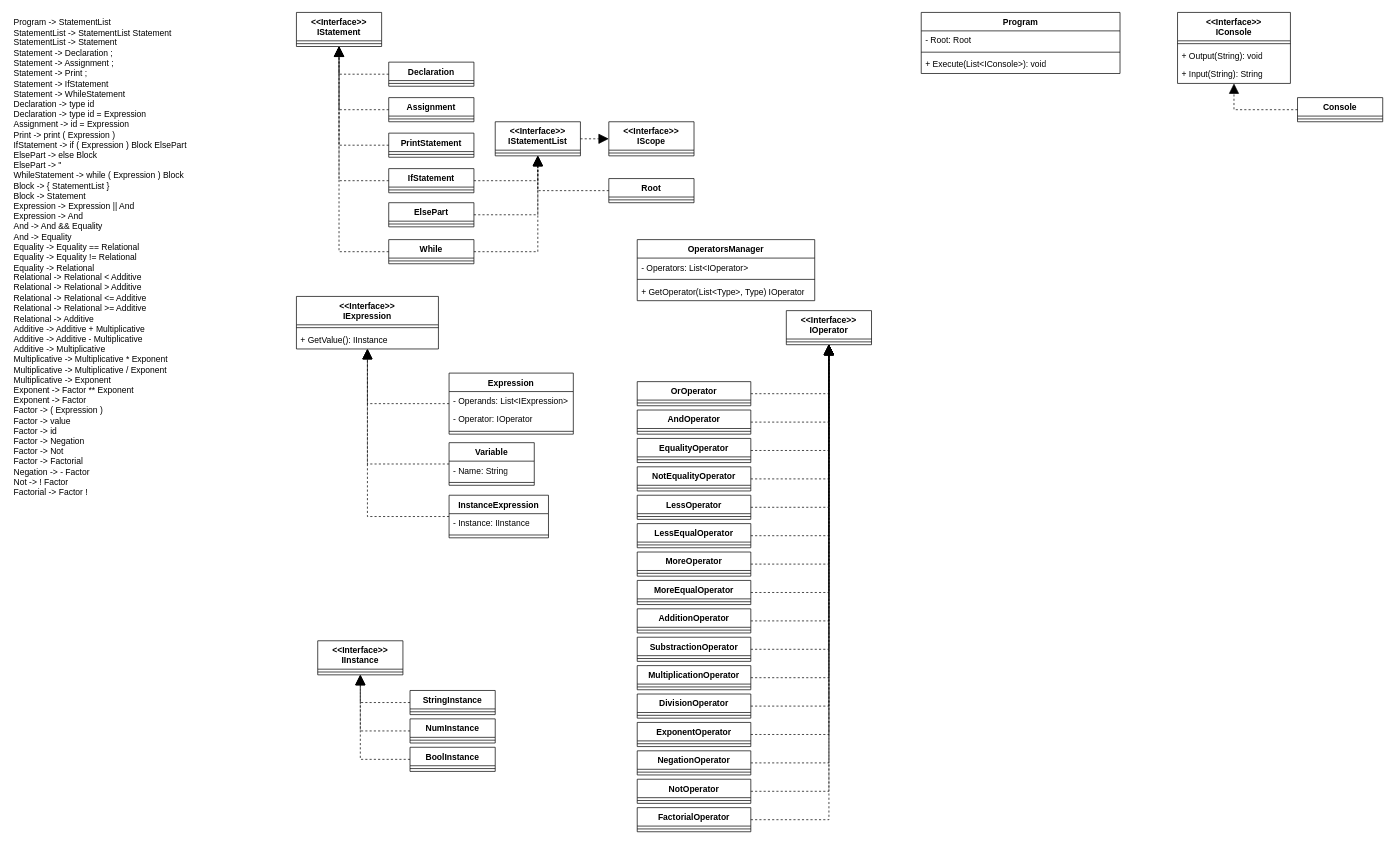
Above: SPL diagram.drawio in RomanKuschanow/MathFlow (draw.io), before the change. Source tidied: cells renumbered, new cells numbered last; positions are measured from the earlier drawing's top-left corner, leaving out a move shared by most shapes. Both pictures are drawn from the tidied source at 71%, with x=0, y=0 at pixel (12, 12).
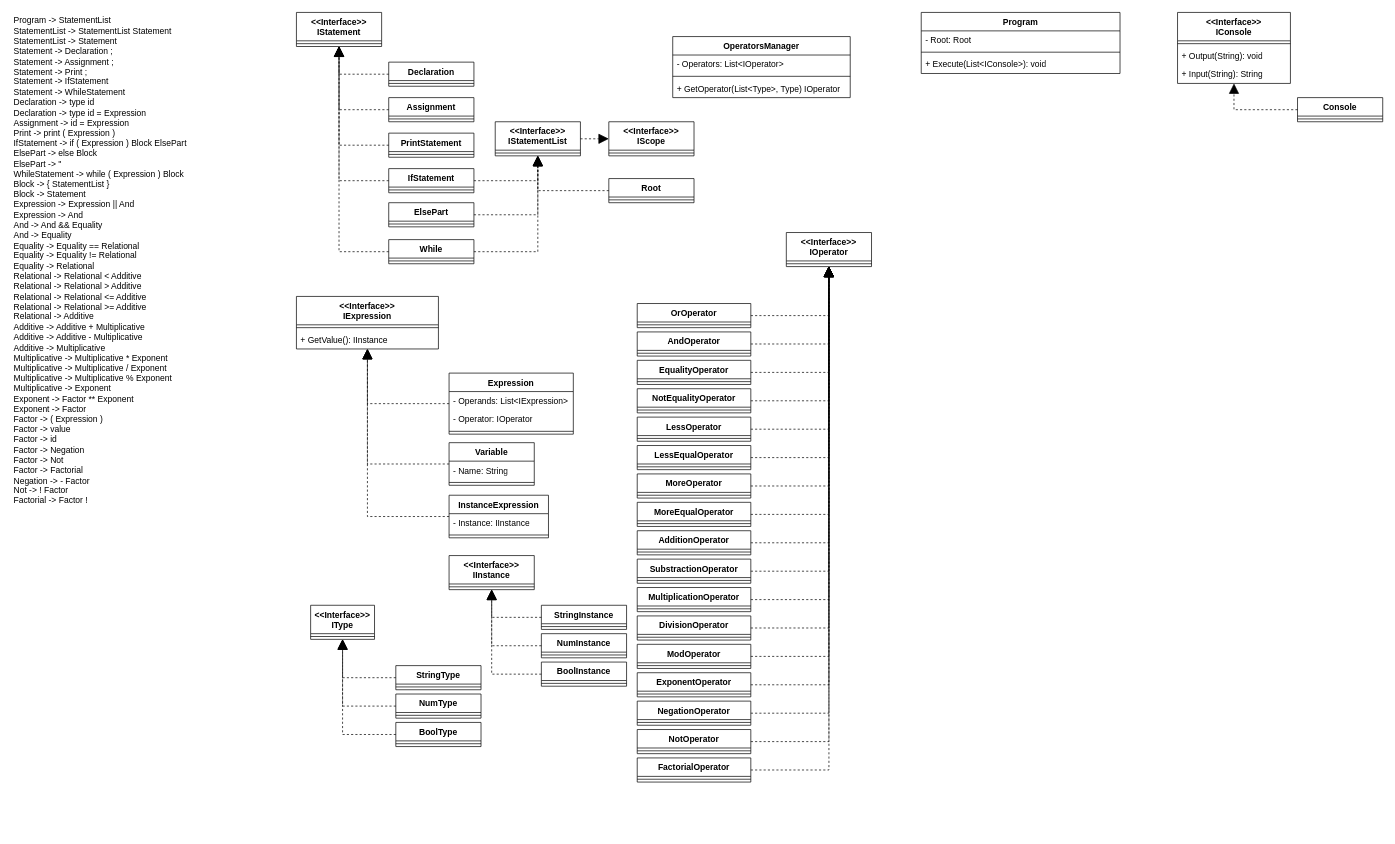
Above is the later version.

Change to the diagram source:
```diff
@@
-    <mxCell id="32" value="&lt;div&gt;Program -&amp;gt; StatementList&lt;/div&gt;&lt;div&gt;StatementList -&amp;gt; StatementList Statement&lt;/div&gt;&lt;div&gt;StatementList -&amp;gt; Statement&lt;/div&gt;&lt;div&gt;Statement -&amp;gt; Declaration ;&lt;/div&gt;&lt;div&gt;Statement -&amp;gt; Assignment ;&lt;/div&gt;&lt;div&gt;Statement -&amp;gt; Print ;&lt;/div&gt;&lt;div&gt;Statement -&amp;gt; IfStatement&lt;/div&gt;&lt;div&gt;Statement -&amp;gt; WhileStatement&lt;/div&gt;&lt;div&gt;Declaration -&amp;gt; type id&lt;/div&gt;&lt;div&gt;Declaration -&amp;gt; type id = Expression&lt;/div&gt;&lt;div&gt;Assignment -&amp;gt; id = Expression&lt;/div&gt;&lt;div&gt;Print -&amp;gt; print ( Expression )&lt;/div&gt;&lt;div&gt;IfStatement -&amp;gt; if ( Expression ) Block ElsePart&lt;/div&gt;&lt;div&gt;ElsePart -&amp;gt; else Block&lt;/div&gt;&lt;div&gt;ElsePart -&amp;gt; ''&lt;/div&gt;&lt;div&gt;WhileStatement -&amp;gt; while ( Expression ) Block&lt;/div&gt;&lt;div&gt;Block -&amp;gt; { StatementList }&lt;/div&gt;&lt;div&gt;Block -&amp;gt; Statement&lt;/div&gt;&lt;div&gt;Expression -&amp;gt; Expression || And&lt;/div&gt;&lt;div&gt;Expression -&amp;gt; And&lt;/div&gt;&lt;div&gt;And -&amp;gt; And &amp;amp;&amp;amp; Equality&lt;/div&gt;&lt;div&gt;And -&amp;gt; Equality&lt;/div&gt;&lt;div&gt;Equality -&amp;gt; Equality == Relational&lt;/div&gt;&lt;div&gt;Equality -&amp;gt; Equality != Relational&lt;/div&gt;&lt;div&gt;Equality -&amp;gt; Relational&lt;/div&gt;&lt;div&gt;Relational -&amp;gt; Relational &amp;lt; Additive&lt;/div&gt;&lt;div&gt;Relational -&amp;gt; Relational &amp;gt; Additive&lt;/div&gt;&lt;div&gt;Relational -&amp;gt; Relational &amp;lt;= Additive&lt;/div&gt;&lt;div&gt;Relational -&amp;gt; Relational &amp;gt;= Additive&lt;/div&gt;&lt;div&gt;Relational -&amp;gt; Additive&lt;/div&gt;&lt;div&gt;Additive -&amp;gt; Additive + Multiplicative&lt;/div&gt;&lt;div&gt;Additive -&amp;gt; Additive - Multiplicative&lt;/div&gt;&lt;div&gt;Additive -&amp;gt; Multiplicative&lt;/div&gt;&lt;div&gt;Multiplicative -&amp;gt; Multiplicative * Exponent&lt;/div&gt;&lt;div&gt;Multiplicative -&amp;gt; Multiplicative / Exponent&lt;/div&gt;&lt;div&gt;Multiplicative -&amp;gt; Exponent&lt;/div&gt;&lt;div&gt;Exponent -&amp;gt; Factor ** Exponent&lt;/div&gt;&lt;div&gt;Exponent -&amp;gt; Factor&lt;/div&gt;&lt;div&gt;Factor -&amp;gt; ( Expression )&lt;/div&gt;&lt;div&gt;Factor -&amp;gt; value&lt;/div&gt;&lt;div&gt;Factor -&amp;gt; id&lt;/div&gt;&lt;div&gt;Factor -&amp;gt; Negation&lt;/div&gt;&lt;div&gt;Factor -&amp;gt; Not&lt;/div&gt;&lt;div&gt;Factor -&amp;gt; Factorial&lt;/div&gt;&lt;div&gt;Negation -&amp;gt; - Factor&lt;/div&gt;&lt;div&gt;Not -&amp;gt; ! Factor&lt;/div&gt;&lt;div&gt;Factorial -&amp;gt; Factor !&lt;/div&gt;&lt;div&gt;&lt;/div&gt;" style="text;html=1;align=left;verticalAlign=middle;strokeColor=none;fillColor=none;" parent="1" vertex="1">
-      <mxGeometry width="270" height="690" as="geometry" />
+    <mxCell id="32" value="&lt;div&gt;Program -&amp;gt; StatementList&lt;/div&gt;&lt;div&gt;StatementList -&amp;gt; StatementList Statement&lt;/div&gt;&lt;div&gt;StatementList -&amp;gt; Statement&lt;/div&gt;&lt;div&gt;Statement -&amp;gt; Declaration ;&lt;/div&gt;&lt;div&gt;Statement -&amp;gt; Assignment ;&lt;/div&gt;&lt;div&gt;Statement -&amp;gt; Print ;&lt;/div&gt;&lt;div&gt;Statement -&amp;gt; IfStatement&lt;/div&gt;&lt;div&gt;Statement -&amp;gt; WhileStatement&lt;/div&gt;&lt;div&gt;Declaration -&amp;gt; type id&lt;/div&gt;&lt;div&gt;Declaration -&amp;gt; type id = Expression&lt;/div&gt;&lt;div&gt;Assignment -&amp;gt; id = Expression&lt;/div&gt;&lt;div&gt;Print -&amp;gt; print ( Expression )&lt;/div&gt;&lt;div&gt;IfStatement -&amp;gt; if ( Expression ) Block ElsePart&lt;/div&gt;&lt;div&gt;ElsePart -&amp;gt; else Block&lt;/div&gt;&lt;div&gt;ElsePart -&amp;gt; ''&lt;/div&gt;&lt;div&gt;WhileStatement -&amp;gt; while ( Expression ) Block&lt;/div&gt;&lt;div&gt;Block -&amp;gt; { StatementList }&lt;/div&gt;&lt;div&gt;Block -&amp;gt; Statement&lt;/div&gt;&lt;div&gt;Expression -&amp;gt; Expression || And&lt;/div&gt;&lt;div&gt;Expression -&amp;gt; And&lt;/div&gt;&lt;div&gt;And -&amp;gt; And &amp;amp;&amp;amp; Equality&lt;/div&gt;&lt;div&gt;And -&amp;gt; Equality&lt;/div&gt;&lt;div&gt;Equality -&amp;gt; Equality == Relational&lt;/div&gt;&lt;div&gt;Equality -&amp;gt; Equality != Relational&lt;/div&gt;&lt;div&gt;Equality -&amp;gt; Relational&lt;/div&gt;&lt;div&gt;Relational -&amp;gt; Relational &amp;lt; Additive&lt;/div&gt;&lt;div&gt;Relational -&amp;gt; Relational &amp;gt; Additive&lt;/div&gt;&lt;div&gt;Relational -&amp;gt; Relational &amp;lt;= Additive&lt;/div&gt;&lt;div&gt;Relational -&amp;gt; Relational &amp;gt;= Additive&lt;/div&gt;&lt;div&gt;Relational -&amp;gt; Additive&lt;/div&gt;&lt;div&gt;Additive -&amp;gt; Additive + Multiplicative&lt;/div&gt;&lt;div&gt;Additive -&amp;gt; Additive - Multiplicative&lt;/div&gt;&lt;div&gt;Additive -&amp;gt; Multiplicative&lt;/div&gt;&lt;div&gt;Multiplicative -&amp;gt; Multiplicative * Exponent&lt;/div&gt;&lt;div&gt;Multiplicative -&amp;gt; Multiplicative / Exponent&lt;/div&gt;&lt;div&gt;Multiplicative -&amp;gt; Multiplicative % Exponent&lt;br&gt;&lt;/div&gt;&lt;div&gt;Multiplicative -&amp;gt; Exponent&lt;/div&gt;&lt;div&gt;Exponent -&amp;gt; Factor ** Exponent&lt;/div&gt;&lt;div&gt;Exponent -&amp;gt; Factor&lt;/div&gt;&lt;div&gt;Factor -&amp;gt; ( Expression )&lt;/div&gt;&lt;div&gt;Factor -&amp;gt; value&lt;/div&gt;&lt;div&gt;Factor -&amp;gt; id&lt;/div&gt;&lt;div&gt;Factor -&amp;gt; Negation&lt;/div&gt;&lt;div&gt;Factor -&amp;gt; Not&lt;/div&gt;&lt;div&gt;Factor -&amp;gt; Factorial&lt;/div&gt;&lt;div&gt;Negation -&amp;gt; - Factor&lt;/div&gt;&lt;div&gt;Not -&amp;gt; ! Factor&lt;/div&gt;&lt;div&gt;Factorial -&amp;gt; Factor !&lt;/div&gt;&lt;div&gt;&lt;/div&gt;" style="text;html=1;align=left;verticalAlign=middle;strokeColor=none;fillColor=none;" parent="1" vertex="1">
+      <mxGeometry width="270" height="700" as="geometry" />
     </mxCell>
@@
     <mxCell id="36" value="&amp;lt;&amp;lt;Interface&amp;gt;&amp;gt;&lt;br&gt;IInstance" style="swimlane;fontStyle=1;align=center;verticalAlign=top;horizontal=1;startSize=40;whiteSpace=wrap;html=1;" parent="1" vertex="1">
-      <mxGeometry x="430" y="885" width="120" height="48" as="geometry" />
+      <mxGeometry x="615" y="765" width="120" height="48" as="geometry" />
     </mxCell>
@@
     <mxCell id="38" value="StringInstance" style="swimlane;fontStyle=1;align=center;verticalAlign=top;horizontal=1;startSize=26;whiteSpace=wrap;html=1;" parent="1" vertex="1">
-      <mxGeometry x="560" y="955" width="120" height="34" as="geometry" />
+      <mxGeometry x="745" y="835" width="120" height="34" as="geometry" />
     </mxCell>
@@
     <mxCell id="40" value="NumInstance" style="swimlane;fontStyle=1;align=center;verticalAlign=top;horizontal=1;startSize=26;whiteSpace=wrap;html=1;" parent="1" vertex="1">
-      <mxGeometry x="560" y="995" width="120" height="34" as="geometry" />
+      <mxGeometry x="745" y="875" width="120" height="34" as="geometry" />
     </mxCell>
@@
     <mxCell id="42" value="BoolInstance" style="swimlane;fontStyle=1;align=center;verticalAlign=top;horizontal=1;startSize=26;whiteSpace=wrap;html=1;" parent="1" vertex="1">
-      <mxGeometry x="560" y="1035" width="120" height="34" as="geometry" />
+      <mxGeometry x="745" y="915" width="120" height="34" as="geometry" />
     </mxCell>
@@
     <mxCell id="47" value="OrOperator" style="swimlane;fontStyle=1;align=center;verticalAlign=top;horizontal=1;startSize=26;whiteSpace=wrap;html=1;" parent="1" vertex="1">
-      <mxGeometry x="880" y="520" width="160" height="34" as="geometry" />
+      <mxGeometry x="880" y="410" width="160" height="34" as="geometry" />
     </mxCell>
@@
     <mxCell id="49" value="AndOperator" style="swimlane;fontStyle=1;align=center;verticalAlign=top;horizontal=1;startSize=26;whiteSpace=wrap;html=1;" parent="1" vertex="1">
-      <mxGeometry x="880" y="560" width="160" height="34" as="geometry" />
+      <mxGeometry x="880" y="450" width="160" height="34" as="geometry" />
     </mxCell>
@@
     <mxCell id="51" value="EqualityOperator" style="swimlane;fontStyle=1;align=center;verticalAlign=top;horizontal=1;startSize=26;whiteSpace=wrap;html=1;" parent="1" vertex="1">
-      <mxGeometry x="880" y="600" width="160" height="34" as="geometry" />
+      <mxGeometry x="880" y="490" width="160" height="34" as="geometry" />
     </mxCell>
@@
     <mxCell id="53" value="NotEqualityOperator" style="swimlane;fontStyle=1;align=center;verticalAlign=top;horizontal=1;startSize=26;whiteSpace=wrap;html=1;" parent="1" vertex="1">
-      <mxGeometry x="880" y="640" width="160" height="34" as="geometry" />
+      <mxGeometry x="880" y="530" width="160" height="34" as="geometry" />
     </mxCell>
@@
     <mxCell id="55" value="LessOperator" style="swimlane;fontStyle=1;align=center;verticalAlign=top;horizontal=1;startSize=26;whiteSpace=wrap;html=1;" parent="1" vertex="1">
-      <mxGeometry x="880" y="680" width="160" height="34" as="geometry" />
+      <mxGeometry x="880" y="570" width="160" height="34" as="geometry" />
     </mxCell>
@@
     <mxCell id="57" value="LessEqualOperator" style="swimlane;fontStyle=1;align=center;verticalAlign=top;horizontal=1;startSize=26;whiteSpace=wrap;html=1;" parent="1" vertex="1">
-      <mxGeometry x="880" y="720" width="160" height="34" as="geometry" />
+      <mxGeometry x="880" y="610" width="160" height="34" as="geometry" />
     </mxCell>
@@
     <mxCell id="59" value="MoreOperator" style="swimlane;fontStyle=1;align=center;verticalAlign=top;horizontal=1;startSize=26;whiteSpace=wrap;html=1;" parent="1" vertex="1">
-      <mxGeometry x="880" y="760" width="160" height="34" as="geometry" />
+      <mxGeometry x="880" y="650" width="160" height="34" as="geometry" />
     </mxCell>
@@
     <mxCell id="61" value="MoreEqualOperator" style="swimlane;fontStyle=1;align=center;verticalAlign=top;horizontal=1;startSize=26;whiteSpace=wrap;html=1;" parent="1" vertex="1">
-      <mxGeometry x="880" y="800" width="160" height="34" as="geometry" />
+      <mxGeometry x="880" y="690" width="160" height="34" as="geometry" />
     </mxCell>
@@
     <mxCell id="63" value="AdditionOperator" style="swimlane;fontStyle=1;align=center;verticalAlign=top;horizontal=1;startSize=26;whiteSpace=wrap;html=1;" parent="1" vertex="1">
-      <mxGeometry x="880" y="840" width="160" height="34" as="geometry" />
+      <mxGeometry x="880" y="730" width="160" height="34" as="geometry" />
     </mxCell>
@@
     <mxCell id="65" value="SubstractionOperator" style="swimlane;fontStyle=1;align=center;verticalAlign=top;horizontal=1;startSize=26;whiteSpace=wrap;html=1;" parent="1" vertex="1">
-      <mxGeometry x="880" y="880" width="160" height="34" as="geometry" />
+      <mxGeometry x="880" y="770" width="160" height="34" as="geometry" />
     </mxCell>
@@
     <mxCell id="67" value="MultiplicationOperator" style="swimlane;fontStyle=1;align=center;verticalAlign=top;horizontal=1;startSize=26;whiteSpace=wrap;html=1;" parent="1" vertex="1">
-      <mxGeometry x="880" y="920" width="160" height="34" as="geometry" />
+      <mxGeometry x="880" y="810" width="160" height="34" as="geometry" />
     </mxCell>
@@
     <mxCell id="69" value="DivisionOperator" style="swimlane;fontStyle=1;align=center;verticalAlign=top;horizontal=1;startSize=26;whiteSpace=wrap;html=1;" parent="1" vertex="1">
-      <mxGeometry x="880" y="960" width="160" height="34" as="geometry" />
+      <mxGeometry x="880" y="850" width="160" height="34" as="geometry" />
     </mxCell>
@@
     <mxCell id="71" value="ExponentOperator" style="swimlane;fontStyle=1;align=center;verticalAlign=top;horizontal=1;startSize=26;whiteSpace=wrap;html=1;" parent="1" vertex="1">
-      <mxGeometry x="880" y="1000" width="160" height="34" as="geometry" />
+      <mxGeometry x="880" y="930" width="160" height="34" as="geometry" />
     </mxCell>
@@
     <mxCell id="73" value="NegationOperator" style="swimlane;fontStyle=1;align=center;verticalAlign=top;horizontal=1;startSize=26;whiteSpace=wrap;html=1;" parent="1" vertex="1">
-      <mxGeometry x="880" y="1040" width="160" height="34" as="geometry" />
+      <mxGeometry x="880" y="970" width="160" height="34" as="geometry" />
     </mxCell>
@@
     <mxCell id="75" value="NotOperator" style="swimlane;fontStyle=1;align=center;verticalAlign=top;horizontal=1;startSize=26;whiteSpace=wrap;html=1;" parent="1" vertex="1">
-      <mxGeometry x="880" y="1080" width="160" height="34" as="geometry" />
+      <mxGeometry x="880" y="1010" width="160" height="34" as="geometry" />
     </mxCell>
@@
     <mxCell id="77" value="FactorialOperator" style="swimlane;fontStyle=1;align=center;verticalAlign=top;horizontal=1;startSize=26;whiteSpace=wrap;html=1;" parent="1" vertex="1">
-      <mxGeometry x="880" y="1120" width="160" height="34" as="geometry" />
+      <mxGeometry x="880" y="1050" width="160" height="34" as="geometry" />
     </mxCell>
@@
     <mxCell id="79" value="OperatorsManager" style="swimlane;fontStyle=1;align=center;verticalAlign=top;horizontal=1;startSize=26;whiteSpace=wrap;html=1;" parent="1" vertex="1">
-      <mxGeometry x="880" y="320" width="250" height="86" as="geometry" />
+      <mxGeometry x="930" y="34" width="250" height="86" as="geometry" />
     </mxCell>
@@
     <mxCell id="96" value="&amp;lt;&amp;lt;Interface&amp;gt;&amp;gt;&lt;br&gt;IOperator" style="swimlane;fontStyle=1;align=center;verticalAlign=top;horizontal=1;startSize=40;whiteSpace=wrap;html=1;" parent="1" vertex="1">
-      <mxGeometry x="1090" y="420" width="120" height="48" as="geometry" />
+      <mxGeometry x="1090" y="310" width="120" height="48" as="geometry" />
     </mxCell>
@@
+    <mxCell id="125" value="&amp;lt;&amp;lt;Interface&amp;gt;&amp;gt;&lt;br&gt;IType" style="swimlane;fontStyle=1;align=center;verticalAlign=top;horizontal=1;startSize=40;whiteSpace=wrap;html=1;" parent="1" vertex="1">
+      <mxGeometry x="420" y="835" width="90" height="48" as="geometry" />
+    </mxCell>
+    <mxCell id="126" style="line;strokeWidth=1;fillColor=none;align=left;verticalAlign=middle;spacingTop=-1;spacingLeft=3;spacingRight=3;labelPosition=right;strokeColor=inherit;" parent="125" vertex="1">
+      <mxGeometry y="40" width="90" height="8" as="geometry" />
+    </mxCell>
+    <mxCell id="127" value="StringType" style="swimlane;fontStyle=1;align=center;verticalAlign=top;horizontal=1;startSize=26;whiteSpace=wrap;html=1;" parent="1" vertex="1">
+      <mxGeometry x="540" y="920" width="120" height="34" as="geometry" />
+    </mxCell>
+    <mxCell id="128" style="line;strokeWidth=1;fillColor=none;align=left;verticalAlign=middle;spacingTop=-1;spacingLeft=3;spacingRight=3;labelPosition=right;strokeColor=inherit;" parent="127" vertex="1">
+      <mxGeometry y="26" width="120" height="8" as="geometry" />
+    </mxCell>
+    <mxCell id="129" value="NumType" style="swimlane;fontStyle=1;align=center;verticalAlign=top;horizontal=1;startSize=26;whiteSpace=wrap;html=1;" parent="1" vertex="1">
+      <mxGeometry x="540" y="960" width="120" height="34" as="geometry" />
+    </mxCell>
+    <mxCell id="130" style="line;strokeWidth=1;fillColor=none;align=left;verticalAlign=middle;spacingTop=-1;spacingLeft=3;spacingRight=3;labelPosition=right;strokeColor=inherit;" parent="129" vertex="1">
+      <mxGeometry y="26" width="120" height="8" as="geometry" />
+    </mxCell>
+    <mxCell id="131" value="BoolType" style="swimlane;fontStyle=1;align=center;verticalAlign=top;horizontal=1;startSize=26;whiteSpace=wrap;html=1;" parent="1" vertex="1">
+      <mxGeometry x="540" y="1000" width="120" height="34" as="geometry" />
+    </mxCell>
+    <mxCell id="132" style="line;strokeWidth=1;fillColor=none;align=left;verticalAlign=middle;spacingTop=-1;spacingLeft=3;spacingRight=3;labelPosition=right;strokeColor=inherit;" parent="131" vertex="1">
+      <mxGeometry y="26" width="120" height="8" as="geometry" />
+    </mxCell>
+    <mxCell id="133" style="endArrow=block;dashed=1;endFill=1;endSize=12;html=1;rounded=0;edgeStyle=orthogonalEdgeStyle;elbow=vertical;" parent="1" edge="1" source="127" target="125">
+      <mxGeometry relative="1" as="geometry" />
+    </mxCell>
+    <mxCell id="134" style="endArrow=block;dashed=1;endFill=1;endSize=12;html=1;rounded=0;edgeStyle=orthogonalEdgeStyle;elbow=vertical;" parent="1" edge="1" source="129" target="125">
+      <mxGeometry relative="1" as="geometry" />
+    </mxCell>
+    <mxCell id="135" style="endArrow=block;dashed=1;endFill=1;endSize=12;html=1;rounded=0;edgeStyle=orthogonalEdgeStyle;elbow=vertical;" parent="1" edge="1" source="131" target="125">
+      <mxGeometry relative="1" as="geometry" />
+    </mxCell>
+    <mxCell id="136" value="ModOperator" style="swimlane;fontStyle=1;align=center;verticalAlign=top;horizontal=1;startSize=26;whiteSpace=wrap;html=1;" parent="1" vertex="1">
+      <mxGeometry x="880" y="890" width="160" height="34" as="geometry" />
+    </mxCell>
+    <mxCell id="137" style="line;strokeWidth=1;fillColor=none;align=left;verticalAlign=middle;spacingTop=-1;spacingLeft=3;spacingRight=3;labelPosition=right;strokeColor=inherit;" parent="136" vertex="1">
+      <mxGeometry y="26" width="160" height="8" as="geometry" />
+    </mxCell>
+    <mxCell id="138" style="endArrow=block;dashed=1;endFill=1;endSize=12;html=1;rounded=0;edgeStyle=orthogonalEdgeStyle;elbow=vertical;fontStyle=1;" parent="1" edge="1" source="136" target="96">
+      <mxGeometry relative="1" as="geometry" />
+    </mxCell>
```
